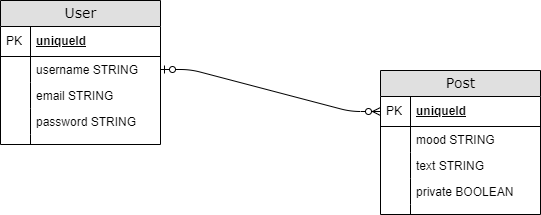
The draw.io diagram public/images/ERD.png in alexh3422/Anoma_Drama_Llama, before a commit. Source tidied: cells renumbered, new cells last; positions are measured from the earlier drawing's top-left corner, leaving out a move shared by most shapes.
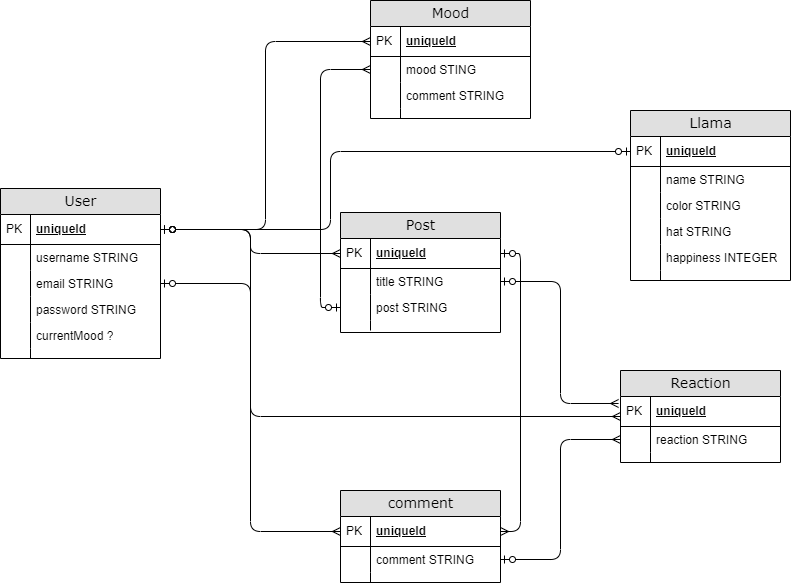
Above is the later version.

Commit message:
mood wheel added

Diff of the diagram source:
```diff
@@ -1,9 +1,30 @@
-<mxGraphModel>
+<mxGraphModel background="#FFFFFF">
   <root>
     <mxCell id="0" />
     <mxCell id="1" parent="0" />
+    <mxCell id="25" value="comment" style="swimlane;html=1;fontStyle=0;horizontal=1;startSize=26;fillColor=#e0e0e0;swimlaneFillColor=#ffffff;align=center;rounded=0;shadow=0;comic=0;labelBackgroundColor=none;strokeWidth=1;fontFamily=Verdana;fontSize=14;swimlaneLine=1;" parent="1" vertex="1">
+      <mxGeometry x="160" y="400" width="160" height="92" as="geometry" />
+    </mxCell>
+    <mxCell id="26" value="uniqueId" style="shape=partialRectangle;top=0;left=0;right=0;bottom=1;html=1;align=left;verticalAlign=middle;fillColor=none;spacingLeft=34;spacingRight=4;whiteSpace=wrap;overflow=hidden;points=[[0,0.5],[1,0.5]];portConstraint=eastwest;fontStyle=5;" parent="25" vertex="1">
+      <mxGeometry y="26" width="160" height="30" as="geometry" />
+    </mxCell>
+    <mxCell id="27" value="PK" style="shape=partialRectangle;top=0;left=0;bottom=0;html=1;fillColor=none;align=left;verticalAlign=middle;spacingLeft=4;spacingRight=4;whiteSpace=wrap;overflow=hidden;" parent="26" vertex="1">
+      <mxGeometry width="30" height="30" as="geometry" />
+    </mxCell>
+    <mxCell id="28" value="comment STRING" style="shape=partialRectangle;top=0;left=0;right=0;bottom=0;html=1;align=left;verticalAlign=top;fillColor=none;spacingLeft=34;spacingRight=4;whiteSpace=wrap;overflow=hidden;points=[[0,0.5],[1,0.5]];portConstraint=eastwest;" parent="25" vertex="1">
+      <mxGeometry y="56" width="160" height="26" as="geometry" />
+    </mxCell>
+    <mxCell id="29" style="shape=partialRectangle;top=0;left=0;bottom=0;html=1;fillColor=none;align=left;verticalAlign=top;spacingLeft=4;spacingRight=4;whiteSpace=wrap;overflow=hidden;" parent="28" vertex="1">
+      <mxGeometry width="30" height="26" as="geometry" />
+    </mxCell>
+    <mxCell id="30" style="shape=partialRectangle;top=0;left=0;right=0;bottom=0;html=1;align=left;verticalAlign=top;fillColor=none;spacingLeft=34;spacingRight=4;whiteSpace=wrap;overflow=hidden;" parent="25" vertex="1">
+      <mxGeometry y="82" width="160" height="10" as="geometry" />
+    </mxCell>
+    <mxCell id="31" style="shape=partialRectangle;top=0;left=0;bottom=0;html=1;fillColor=none;align=left;verticalAlign=top;spacingLeft=4;spacingRight=4;whiteSpace=wrap;overflow=hidden;" parent="30" vertex="1">
+      <mxGeometry width="30" height="10" as="geometry" />
+    </mxCell>
     <mxCell id="2" value="Post" style="swimlane;html=1;fontStyle=0;horizontal=1;startSize=26;fillColor=#e0e0e0;swimlaneFillColor=#ffffff;align=center;rounded=0;shadow=0;comic=0;labelBackgroundColor=none;strokeWidth=1;fontFamily=Verdana;fontSize=14;" parent="1" vertex="1">
-      <mxGeometry x="380" y="70" width="160" height="144" as="geometry" />
+      <mxGeometry x="160" y="122" width="160" height="120" as="geometry" />
     </mxCell>
     <mxCell id="3" value="uniqueId" style="shape=partialRectangle;top=0;left=0;right=0;bottom=1;html=1;align=left;verticalAlign=middle;fillColor=none;spacingLeft=34;spacingRight=4;whiteSpace=wrap;overflow=hidden;points=[[0,0.5],[1,0.5]];portConstraint=eastwest;fontStyle=5;" parent="2" vertex="1">
       <mxGeometry y="26" width="160" height="30" as="geometry" />
@@ -11,35 +32,53 @@
     <mxCell id="4" value="PK" style="shape=partialRectangle;top=0;left=0;bottom=0;html=1;fillColor=none;align=left;verticalAlign=middle;spacingLeft=4;spacingRight=4;whiteSpace=wrap;overflow=hidden;" parent="3" vertex="1">
       <mxGeometry width="30" height="30" as="geometry" />
     </mxCell>
-    <mxCell id="5" value="mood STRING" style="shape=partialRectangle;top=0;left=0;right=0;bottom=0;html=1;align=left;verticalAlign=top;fillColor=none;spacingLeft=34;spacingRight=4;whiteSpace=wrap;overflow=hidden;points=[[0,0.5],[1,0.5]];portConstraint=eastwest;" parent="2" vertex="1">
+    <mxCell id="5" value="title STRING" style="shape=partialRectangle;top=0;left=0;right=0;bottom=0;html=1;align=left;verticalAlign=top;fillColor=none;spacingLeft=34;spacingRight=4;whiteSpace=wrap;overflow=hidden;points=[[0,0.5],[1,0.5]];portConstraint=eastwest;" parent="2" vertex="1">
       <mxGeometry y="56" width="160" height="26" as="geometry" />
     </mxCell>
     <mxCell id="6" style="shape=partialRectangle;top=0;left=0;bottom=0;html=1;fillColor=none;align=left;verticalAlign=top;spacingLeft=4;spacingRight=4;whiteSpace=wrap;overflow=hidden;" parent="5" vertex="1">
       <mxGeometry width="30" height="26" as="geometry" />
     </mxCell>
-    <mxCell id="7" value="text STRING" style="shape=partialRectangle;top=0;left=0;right=0;bottom=0;html=1;align=left;verticalAlign=top;fillColor=none;spacingLeft=34;spacingRight=4;whiteSpace=wrap;overflow=hidden;points=[[0,0.5],[1,0.5]];portConstraint=eastwest;" parent="2" vertex="1">
+    <mxCell id="7" value="post STRING" style="shape=partialRectangle;top=0;left=0;right=0;bottom=0;html=1;align=left;verticalAlign=top;fillColor=none;spacingLeft=34;spacingRight=4;whiteSpace=wrap;overflow=hidden;points=[[0,0.5],[1,0.5]];portConstraint=eastwest;" parent="2" vertex="1">
       <mxGeometry y="82" width="160" height="26" as="geometry" />
     </mxCell>
     <mxCell id="8" style="shape=partialRectangle;top=0;left=0;bottom=0;html=1;fillColor=none;align=left;verticalAlign=top;spacingLeft=4;spacingRight=4;whiteSpace=wrap;overflow=hidden;" parent="7" vertex="1">
       <mxGeometry width="30" height="26" as="geometry" />
     </mxCell>
-    <mxCell id="9" value="private BOOLEAN" style="shape=partialRectangle;top=0;left=0;right=0;bottom=0;html=1;align=left;verticalAlign=top;fillColor=none;spacingLeft=34;spacingRight=4;whiteSpace=wrap;overflow=hidden;" parent="2" vertex="1">
-      <mxGeometry y="108" width="160" height="26" as="geometry" />
-    </mxCell>
-    <mxCell id="10" style="shape=partialRectangle;top=0;left=0;bottom=0;html=1;fillColor=none;align=left;verticalAlign=top;spacingLeft=4;spacingRight=4;whiteSpace=wrap;overflow=hidden;" parent="9" vertex="1">
-      <mxGeometry width="30" height="26" as="geometry" />
-    </mxCell>
     <mxCell id="11" style="shape=partialRectangle;top=0;left=0;right=0;bottom=0;html=1;align=left;verticalAlign=top;fillColor=none;spacingLeft=34;spacingRight=4;whiteSpace=wrap;overflow=hidden;" parent="2" vertex="1">
-      <mxGeometry y="134" width="160" height="10" as="geometry" />
+      <mxGeometry y="108" width="160" height="10" as="geometry" />
     </mxCell>
     <mxCell id="12" style="shape=partialRectangle;top=0;left=0;bottom=0;html=1;fillColor=none;align=left;verticalAlign=top;spacingLeft=4;spacingRight=4;whiteSpace=wrap;overflow=hidden;" parent="11" vertex="1">
       <mxGeometry width="30" height="10" as="geometry" />
     </mxCell>
-    <mxCell id="13" style="edgeStyle=entityRelationEdgeStyle;html=1;endArrow=ERzeroToMany;startArrow=ERzeroToOne;labelBackgroundColor=none;fontFamily=Verdana;fontSize=14;entryX=0;entryY=0.5;exitX=1;exitY=0.5;entryDx=0;entryDy=0;exitDx=0;exitDy=0;" parent="1" edge="1" source="17" target="3">
-      <mxGeometry relative="1" as="geometry" />
-    </mxCell>
+    <mxCell id="32" value="Mood" style="swimlane;html=1;fontStyle=0;horizontal=1;startSize=26;fillColor=#e0e0e0;swimlaneFillColor=#ffffff;align=center;rounded=0;shadow=0;comic=0;labelBackgroundColor=none;strokeWidth=1;fontFamily=Verdana;fontSize=14;" parent="1" vertex="1">
+      <mxGeometry x="190" y="-90" width="160" height="118" as="geometry" />
+    </mxCell>
+    <mxCell id="33" value="uniqueId" style="shape=partialRectangle;top=0;left=0;right=0;bottom=1;html=1;align=left;verticalAlign=middle;fillColor=none;spacingLeft=34;spacingRight=4;whiteSpace=wrap;overflow=hidden;points=[[0,0.5],[1,0.5]];portConstraint=eastwest;fontStyle=5;" parent="32" vertex="1">
+      <mxGeometry y="26" width="160" height="30" as="geometry" />
+    </mxCell>
+    <mxCell id="34" value="PK" style="shape=partialRectangle;top=0;left=0;bottom=0;html=1;fillColor=none;align=left;verticalAlign=middle;spacingLeft=4;spacingRight=4;whiteSpace=wrap;overflow=hidden;" parent="33" vertex="1">
+      <mxGeometry width="30" height="30" as="geometry" />
+    </mxCell>
+    <mxCell id="35" value="mood STING" style="shape=partialRectangle;top=0;left=0;right=0;bottom=0;html=1;align=left;verticalAlign=top;fillColor=none;spacingLeft=34;spacingRight=4;whiteSpace=wrap;overflow=hidden;points=[[0,0.5],[1,0.5]];portConstraint=eastwest;" parent="32" vertex="1">
+      <mxGeometry y="56" width="160" height="26" as="geometry" />
+    </mxCell>
+    <mxCell id="36" style="shape=partialRectangle;top=0;left=0;bottom=0;html=1;fillColor=none;align=left;verticalAlign=top;spacingLeft=4;spacingRight=4;whiteSpace=wrap;overflow=hidden;" parent="35" vertex="1">
+      <mxGeometry width="30" height="26" as="geometry" />
+    </mxCell>
+    <mxCell id="37" value="comment STRING&amp;nbsp;" style="shape=partialRectangle;top=0;left=0;right=0;bottom=0;html=1;align=left;verticalAlign=top;fillColor=none;spacingLeft=34;spacingRight=4;whiteSpace=wrap;overflow=hidden;" parent="32" vertex="1">
+      <mxGeometry y="82" width="160" height="26" as="geometry" />
+    </mxCell>
+    <mxCell id="38" style="shape=partialRectangle;top=0;left=0;bottom=0;html=1;fillColor=none;align=left;verticalAlign=top;spacingLeft=4;spacingRight=4;whiteSpace=wrap;overflow=hidden;" parent="37" vertex="1">
+      <mxGeometry width="30" height="26" as="geometry" />
+    </mxCell>
+    <mxCell id="39" style="shape=partialRectangle;top=0;left=0;right=0;bottom=0;html=1;align=left;verticalAlign=top;fillColor=none;spacingLeft=34;spacingRight=4;whiteSpace=wrap;overflow=hidden;" parent="32" vertex="1">
+      <mxGeometry y="108" width="160" height="10" as="geometry" />
+    </mxCell>
+    <mxCell id="40" style="shape=partialRectangle;top=0;left=0;bottom=0;html=1;fillColor=none;align=left;verticalAlign=top;spacingLeft=4;spacingRight=4;whiteSpace=wrap;overflow=hidden;" parent="39" vertex="1">
+      <mxGeometry width="30" height="10" as="geometry" />
+    </mxCell>
     <mxCell id="14" value="User" style="swimlane;html=1;fontStyle=0;horizontal=1;startSize=26;fillColor=#e0e0e0;swimlaneFillColor=#ffffff;align=center;rounded=0;shadow=0;comic=0;labelBackgroundColor=none;strokeWidth=1;fontFamily=Verdana;fontSize=14;" parent="1" vertex="1">
-      <mxGeometry width="160" height="144" as="geometry" />
+      <mxGeometry x="-180" y="98" width="160" height="170" as="geometry" />
     </mxCell>
     <mxCell id="15" value="uniqueId" style="shape=partialRectangle;top=0;left=0;right=0;bottom=1;html=1;align=left;verticalAlign=middle;fillColor=none;spacingLeft=34;spacingRight=4;whiteSpace=wrap;overflow=hidden;points=[[0,0.5],[1,0.5]];portConstraint=eastwest;fontStyle=5;" parent="14" vertex="1">
       <mxGeometry y="26" width="160" height="30" as="geometry" />
@@ -65,11 +104,114 @@
     <mxCell id="22" style="shape=partialRectangle;top=0;left=0;bottom=0;html=1;fillColor=none;align=left;verticalAlign=top;spacingLeft=4;spacingRight=4;whiteSpace=wrap;overflow=hidden;" parent="21" vertex="1">
       <mxGeometry width="30" height="26" as="geometry" />
     </mxCell>
+    <mxCell id="41" value="currentMood ?" style="shape=partialRectangle;top=0;left=0;right=0;bottom=0;html=1;align=left;verticalAlign=top;fillColor=none;spacingLeft=34;spacingRight=4;whiteSpace=wrap;overflow=hidden;" parent="14" vertex="1">
+      <mxGeometry y="134" width="160" height="26" as="geometry" />
+    </mxCell>
+    <mxCell id="42" style="shape=partialRectangle;top=0;left=0;bottom=0;html=1;fillColor=none;align=left;verticalAlign=top;spacingLeft=4;spacingRight=4;whiteSpace=wrap;overflow=hidden;" parent="41" vertex="1">
+      <mxGeometry width="30" height="26" as="geometry" />
+    </mxCell>
     <mxCell id="23" style="shape=partialRectangle;top=0;left=0;right=0;bottom=0;html=1;align=left;verticalAlign=top;fillColor=none;spacingLeft=34;spacingRight=4;whiteSpace=wrap;overflow=hidden;" parent="14" vertex="1">
-      <mxGeometry y="134" width="160" height="10" as="geometry" />
+      <mxGeometry y="160" width="160" height="10" as="geometry" />
     </mxCell>
     <mxCell id="24" style="shape=partialRectangle;top=0;left=0;bottom=0;html=1;fillColor=none;align=left;verticalAlign=top;spacingLeft=4;spacingRight=4;whiteSpace=wrap;overflow=hidden;" parent="23" vertex="1">
       <mxGeometry width="30" height="10" as="geometry" />
     </mxCell>
+    <mxCell id="43" value="Reaction" style="swimlane;html=1;fontStyle=0;horizontal=1;startSize=26;fillColor=#e0e0e0;swimlaneFillColor=#ffffff;align=center;rounded=0;shadow=0;comic=0;labelBackgroundColor=none;strokeWidth=1;fontFamily=Verdana;fontSize=14;swimlaneLine=1;" parent="1" vertex="1">
+      <mxGeometry x="440" y="280" width="160" height="92" as="geometry" />
+    </mxCell>
+    <mxCell id="44" value="uniqueId" style="shape=partialRectangle;top=0;left=0;right=0;bottom=1;html=1;align=left;verticalAlign=middle;fillColor=none;spacingLeft=34;spacingRight=4;whiteSpace=wrap;overflow=hidden;points=[[0,0.5],[1,0.5]];portConstraint=eastwest;fontStyle=5;" parent="43" vertex="1">
+      <mxGeometry y="26" width="160" height="30" as="geometry" />
+    </mxCell>
+    <mxCell id="45" value="PK" style="shape=partialRectangle;top=0;left=0;bottom=0;html=1;fillColor=none;align=left;verticalAlign=middle;spacingLeft=4;spacingRight=4;whiteSpace=wrap;overflow=hidden;" parent="44" vertex="1">
+      <mxGeometry width="30" height="30" as="geometry" />
+    </mxCell>
+    <mxCell id="46" value="reaction STRING" style="shape=partialRectangle;top=0;left=0;right=0;bottom=0;html=1;align=left;verticalAlign=top;fillColor=none;spacingLeft=34;spacingRight=4;whiteSpace=wrap;overflow=hidden;points=[[0,0.5],[1,0.5]];portConstraint=eastwest;" parent="43" vertex="1">
+      <mxGeometry y="56" width="160" height="26" as="geometry" />
+    </mxCell>
+    <mxCell id="47" style="shape=partialRectangle;top=0;left=0;bottom=0;html=1;fillColor=none;align=left;verticalAlign=top;spacingLeft=4;spacingRight=4;whiteSpace=wrap;overflow=hidden;" parent="46" vertex="1">
+      <mxGeometry width="30" height="26" as="geometry" />
+    </mxCell>
+    <mxCell id="48" style="shape=partialRectangle;top=0;left=0;right=0;bottom=0;html=1;align=left;verticalAlign=top;fillColor=none;spacingLeft=34;spacingRight=4;whiteSpace=wrap;overflow=hidden;" parent="43" vertex="1">
+      <mxGeometry y="82" width="160" height="10" as="geometry" />
+    </mxCell>
+    <mxCell id="49" style="shape=partialRectangle;top=0;left=0;bottom=0;html=1;fillColor=none;align=left;verticalAlign=top;spacingLeft=4;spacingRight=4;whiteSpace=wrap;overflow=hidden;" parent="48" vertex="1">
+      <mxGeometry width="30" height="10" as="geometry" />
+    </mxCell>
+    <mxCell id="50" style="edgeStyle=orthogonalEdgeStyle;jettySize=auto;html=1;exitX=1;exitY=0.5;exitDx=0;exitDy=0;entryX=0;entryY=0.5;entryDx=0;entryDy=0;startArrow=ERzeroToOne;startFill=0;endArrow=ERmany;endFill=0;rounded=1;" parent="1" edge="1" source="15" target="3">
+      <mxGeometry relative="1" as="geometry" />
+    </mxCell>
+    <mxCell id="51" style="edgeStyle=orthogonalEdgeStyle;rounded=1;jettySize=auto;html=1;exitX=1;exitY=0.5;exitDx=0;exitDy=0;entryX=0;entryY=0.5;entryDx=0;entryDy=0;startArrow=ERzeroToOne;startFill=0;endArrow=ERmany;endFill=0;" parent="1" edge="1" source="15" target="26">
+      <mxGeometry relative="1" as="geometry" />
+    </mxCell>
+    <mxCell id="52" style="edgeStyle=orthogonalEdgeStyle;rounded=1;jettySize=auto;html=1;exitX=1;exitY=0.5;exitDx=0;exitDy=0;entryX=1;entryY=0.5;entryDx=0;entryDy=0;startArrow=ERzeroToOne;startFill=0;endArrow=ERmany;endFill=0;" parent="1" edge="1" source="3" target="26">
+      <mxGeometry relative="1" as="geometry" />
+    </mxCell>
+    <mxCell id="53" style="edgeStyle=orthogonalEdgeStyle;rounded=1;jettySize=auto;html=1;exitX=1;exitY=0.5;exitDx=0;exitDy=0;entryX=0;entryY=0.5;entryDx=0;entryDy=0;startArrow=ERzeroToOne;startFill=0;endArrow=ERmany;endFill=0;" parent="1" edge="1" source="15" target="33">
+      <mxGeometry relative="1" as="geometry" />
+    </mxCell>
+    <mxCell id="54" style="edgeStyle=orthogonalEdgeStyle;rounded=1;jettySize=auto;html=1;exitX=1;exitY=0.5;exitDx=0;exitDy=0;entryX=0;entryY=0.5;entryDx=0;entryDy=0;startArrow=ERzeroToOne;startFill=0;endArrow=ERmany;endFill=0;" parent="1" edge="1" source="19" target="43">
+      <mxGeometry relative="1" as="geometry">
+        <Array as="points">
+          <mxPoint x="70" y="193" />
+          <mxPoint x="70" y="326" />
+        </Array>
+      </mxGeometry>
+    </mxCell>
+    <mxCell id="55" style="edgeStyle=orthogonalEdgeStyle;rounded=1;jettySize=auto;html=1;exitX=1;exitY=0.5;exitDx=0;exitDy=0;entryX=0;entryY=0.5;entryDx=0;entryDy=0;startArrow=ERzeroToOne;startFill=0;endArrow=ERmany;endFill=0;" parent="1" edge="1" source="28" target="46">
+      <mxGeometry relative="1" as="geometry" />
+    </mxCell>
+    <mxCell id="56" style="edgeStyle=orthogonalEdgeStyle;rounded=1;jettySize=auto;html=1;exitX=1;exitY=0.5;exitDx=0;exitDy=0;entryX=-0.012;entryY=0.233;entryDx=0;entryDy=0;entryPerimeter=0;startArrow=ERzeroToOne;startFill=0;endArrow=ERmany;endFill=0;" parent="1" edge="1" source="5" target="44">
+      <mxGeometry relative="1" as="geometry" />
+    </mxCell>
+    <mxCell id="57" value="Llama" style="swimlane;html=1;fontStyle=0;horizontal=1;startSize=26;fillColor=#e0e0e0;swimlaneFillColor=#ffffff;align=center;rounded=0;shadow=0;comic=0;labelBackgroundColor=none;strokeWidth=1;fontFamily=Verdana;fontSize=14;" parent="1" vertex="1">
+      <mxGeometry x="450" y="20" width="160" height="170" as="geometry" />
+    </mxCell>
+    <mxCell id="58" value="uniqueId" style="shape=partialRectangle;top=0;left=0;right=0;bottom=1;html=1;align=left;verticalAlign=middle;fillColor=none;spacingLeft=34;spacingRight=4;whiteSpace=wrap;overflow=hidden;points=[[0,0.5],[1,0.5]];portConstraint=eastwest;fontStyle=5;" parent="57" vertex="1">
+      <mxGeometry y="26" width="160" height="30" as="geometry" />
+    </mxCell>
+    <mxCell id="59" value="PK" style="shape=partialRectangle;top=0;left=0;bottom=0;html=1;fillColor=none;align=left;verticalAlign=middle;spacingLeft=4;spacingRight=4;whiteSpace=wrap;overflow=hidden;" parent="58" vertex="1">
+      <mxGeometry width="30" height="30" as="geometry" />
+    </mxCell>
+    <mxCell id="60" value="name STRING" style="shape=partialRectangle;top=0;left=0;right=0;bottom=0;html=1;align=left;verticalAlign=top;fillColor=none;spacingLeft=34;spacingRight=4;whiteSpace=wrap;overflow=hidden;" parent="57" vertex="1">
+      <mxGeometry y="56" width="160" height="26" as="geometry" />
+    </mxCell>
+    <mxCell id="61" style="shape=partialRectangle;top=0;left=0;bottom=0;html=1;fillColor=none;align=left;verticalAlign=top;spacingLeft=4;spacingRight=4;whiteSpace=wrap;overflow=hidden;" parent="60" vertex="1">
+      <mxGeometry width="30" height="26" as="geometry" />
+    </mxCell>
+    <mxCell id="62" value="color STRING" style="shape=partialRectangle;top=0;left=0;right=0;bottom=0;html=1;align=left;verticalAlign=top;fillColor=none;spacingLeft=34;spacingRight=4;whiteSpace=wrap;overflow=hidden;" parent="57" vertex="1">
+      <mxGeometry y="82" width="160" height="26" as="geometry" />
+    </mxCell>
+    <mxCell id="63" style="shape=partialRectangle;top=0;left=0;bottom=0;html=1;fillColor=none;align=left;verticalAlign=top;spacingLeft=4;spacingRight=4;whiteSpace=wrap;overflow=hidden;" parent="62" vertex="1">
+      <mxGeometry width="30" height="26" as="geometry" />
+    </mxCell>
+    <mxCell id="64" value="hat STRING" style="shape=partialRectangle;top=0;left=0;right=0;bottom=0;html=1;align=left;verticalAlign=top;fillColor=none;spacingLeft=34;spacingRight=4;whiteSpace=wrap;overflow=hidden;" parent="57" vertex="1">
+      <mxGeometry y="108" width="160" height="26" as="geometry" />
+    </mxCell>
+    <mxCell id="65" style="shape=partialRectangle;top=0;left=0;bottom=0;html=1;fillColor=none;align=left;verticalAlign=top;spacingLeft=4;spacingRight=4;whiteSpace=wrap;overflow=hidden;" parent="64" vertex="1">
+      <mxGeometry width="30" height="26" as="geometry" />
+    </mxCell>
+    <mxCell id="66" value="happiness INTEGER" style="shape=partialRectangle;top=0;left=0;right=0;bottom=0;html=1;align=left;verticalAlign=top;fillColor=none;spacingLeft=34;spacingRight=4;whiteSpace=wrap;overflow=hidden;" parent="57" vertex="1">
+      <mxGeometry y="134" width="160" height="26" as="geometry" />
+    </mxCell>
+    <mxCell id="67" style="shape=partialRectangle;top=0;left=0;bottom=0;html=1;fillColor=none;align=left;verticalAlign=top;spacingLeft=4;spacingRight=4;whiteSpace=wrap;overflow=hidden;" parent="66" vertex="1">
+      <mxGeometry width="30" height="26" as="geometry" />
+    </mxCell>
+    <mxCell id="68" style="shape=partialRectangle;top=0;left=0;right=0;bottom=0;html=1;align=left;verticalAlign=top;fillColor=none;spacingLeft=34;spacingRight=4;whiteSpace=wrap;overflow=hidden;" parent="57" vertex="1">
+      <mxGeometry y="160" width="160" height="10" as="geometry" />
+    </mxCell>
+    <mxCell id="69" style="shape=partialRectangle;top=0;left=0;bottom=0;html=1;fillColor=none;align=left;verticalAlign=top;spacingLeft=4;spacingRight=4;whiteSpace=wrap;overflow=hidden;" parent="68" vertex="1">
+      <mxGeometry width="30" height="10" as="geometry" />
+    </mxCell>
+    <mxCell id="70" style="edgeStyle=orthogonalEdgeStyle;rounded=1;jettySize=auto;html=1;exitX=1;exitY=0.5;exitDx=0;exitDy=0;startArrow=ERzeroToOne;startFill=0;endArrow=ERzeroToOne;endFill=0;" parent="1" edge="1" source="15" target="58">
+      <mxGeometry relative="1" as="geometry">
+        <Array as="points">
+          <mxPoint x="150" y="139" />
+          <mxPoint x="150" y="61" />
+        </Array>
+      </mxGeometry>
+    </mxCell>
+    <mxCell id="71" style="edgeStyle=orthogonalEdgeStyle;rounded=1;jettySize=auto;html=1;exitX=0;exitY=0.5;exitDx=0;exitDy=0;entryX=0;entryY=0.5;entryDx=0;entryDy=0;startArrow=ERmany;startFill=0;endArrow=ERzeroToOne;endFill=0;" parent="1" edge="1" source="35" target="7">
+      <mxGeometry relative="1" as="geometry" />
+    </mxCell>
   </root>
 </mxGraphModel>
```
